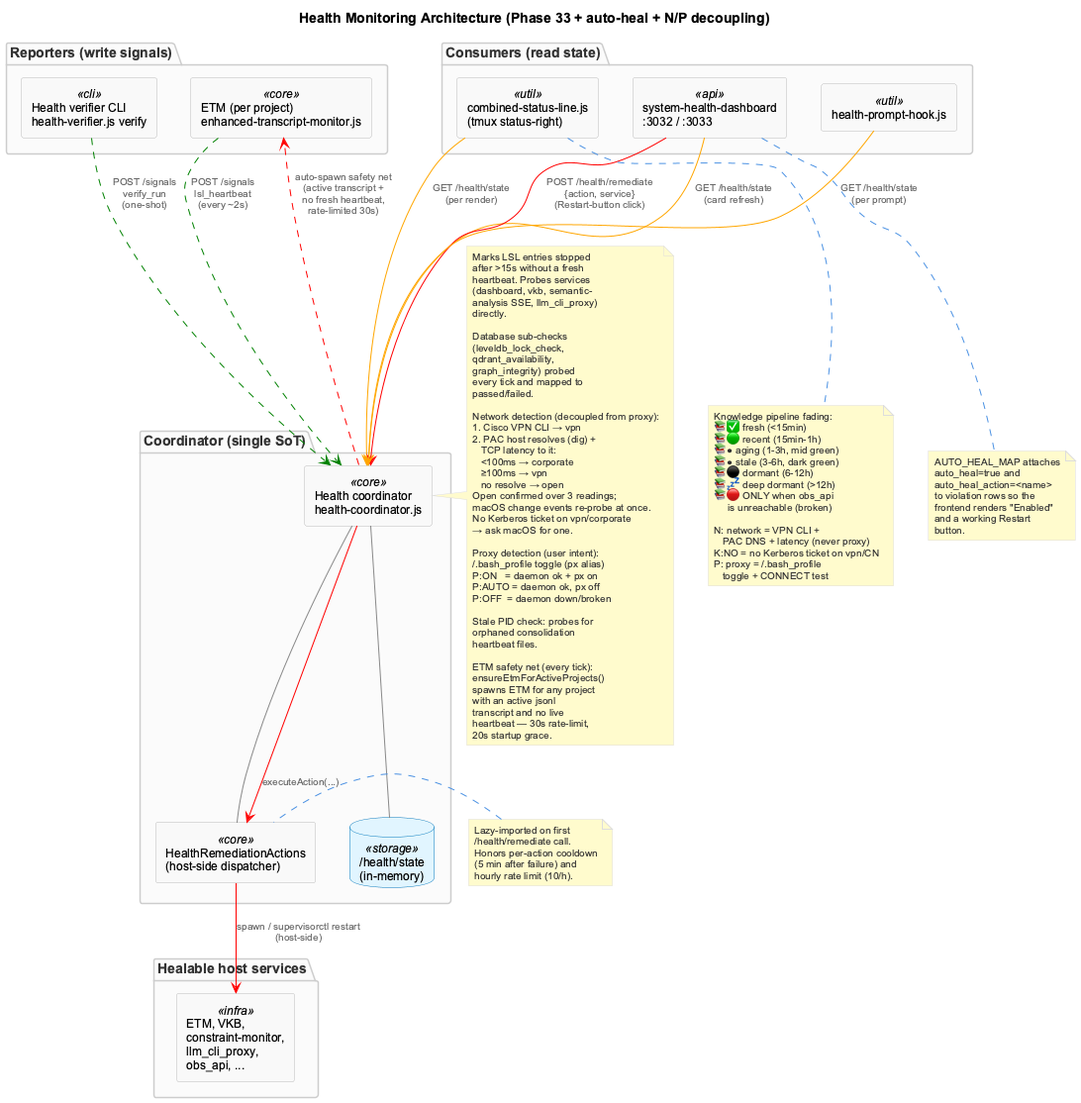
Above: docs/images/health-coordinator-architecture.png in fwornle/coding (PlantUML), before the change.
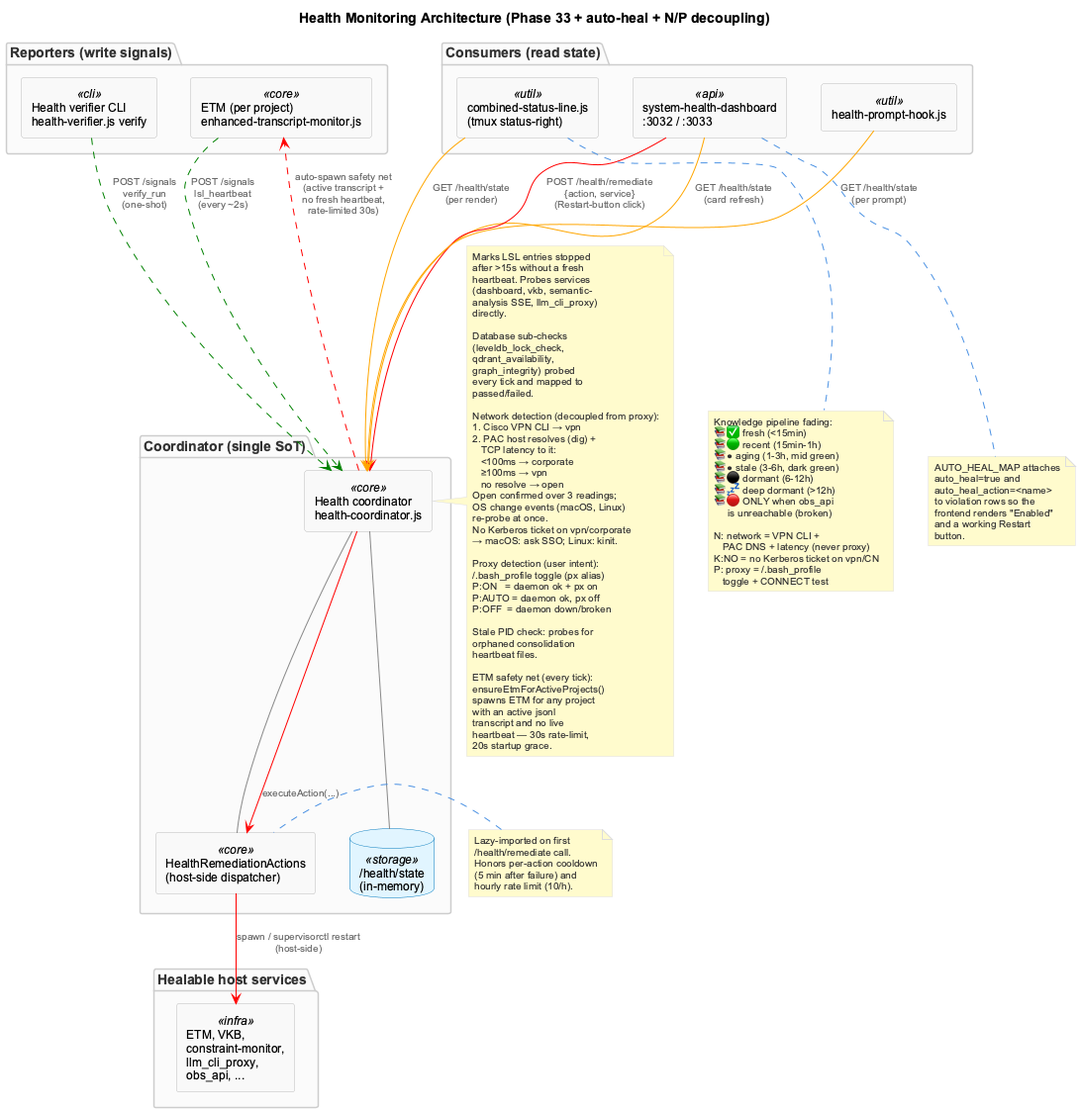
Later version of the same file.

Change to the diagram source:
```diff
@@ -63,9 +63,10 @@
      ≥100ms → vpn
      no resolve → open
   Open confirmed over 3 readings;
-  macOS change events re-probe at once.
+  OS change events (macOS, Linux)
+  re-probe at once.
   No Kerberos ticket on vpn/corporate
-  → ask macOS for one.
+  → macOS: ask SSO; Linux: kinit.
 
   Proxy detection (user intent):
   ~/.bash_profile toggle (px alias)
```
